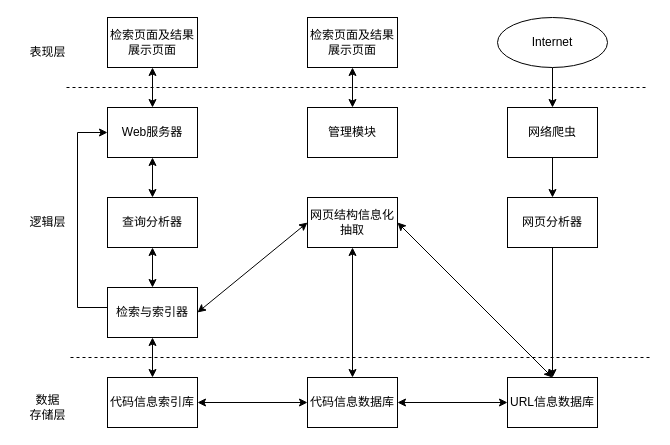
yifeichong/drawio keeps this draw.io diagram as setup/体系结构图.drawio. Above is the earlier version. Source tidied: cells renumbered, new cells numbered last; positions are measured from the earlier drawing's top-left corner, leaving out a move shared by most shapes. Both pictures are drawn from the tidied source at 100%, with x=0, y=0 at pixel (17, 17).
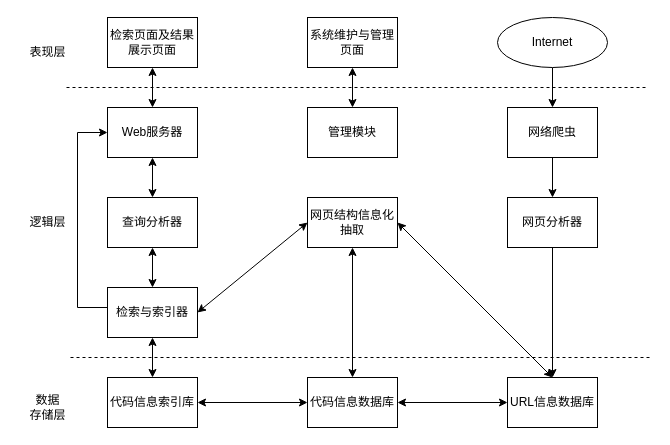
Above is the later version.

Commit message:
更新体系结构图.drawio

What changed in the source:
```diff
@@
-    <mxCell id="13" value="检索页面及结果展示页面" style="rounded=0;whiteSpace=wrap;html=1;" parent="1" vertex="1">
+    <mxCell id="13" value="系统维护与管理页面" style="rounded=0;whiteSpace=wrap;html=1;" parent="1" vertex="1">
       <mxGeometry x="290" width="90" height="50" as="geometry" />
     </mxCell>
```
